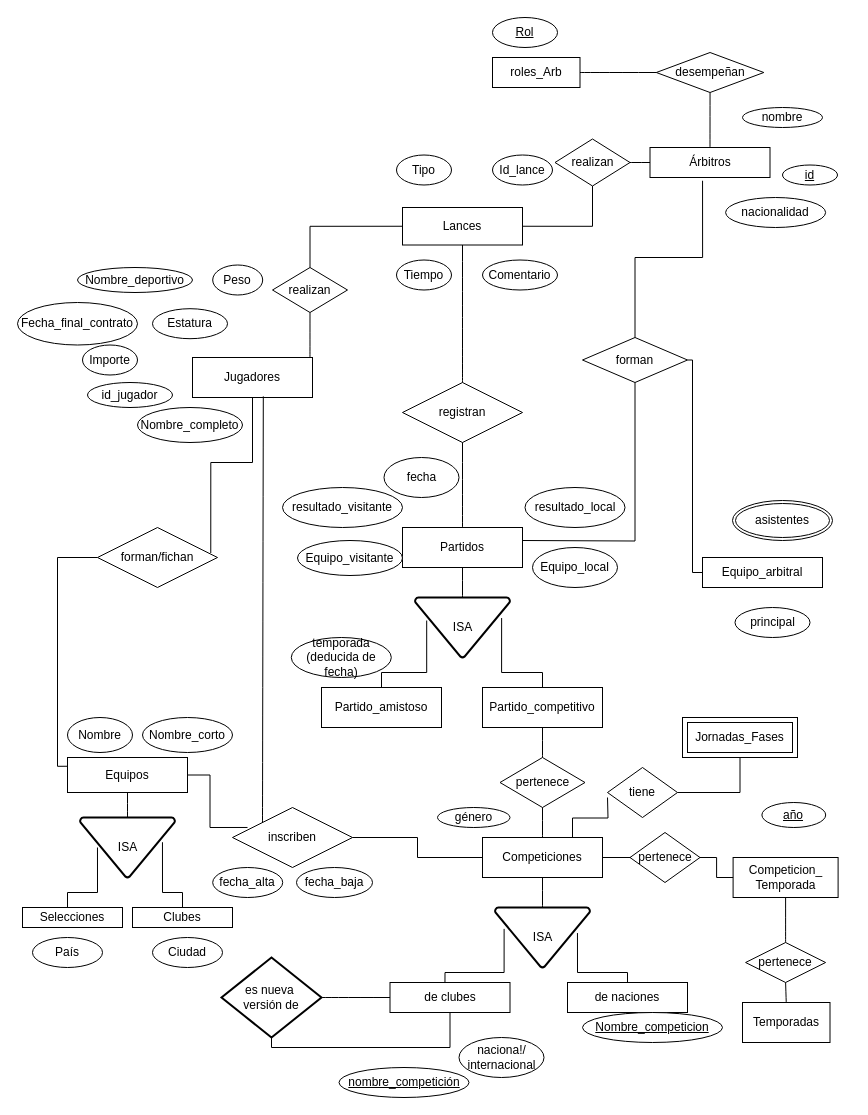
Above: page "Page-1" (1 of 2) of Diagrama sin título.drawio in aloantony/TrabajosEnGrupoGII-DalilaTony (draw.io), before the change. Source tidied: cells renumbered, new cells numbered last; positions are measured from the earlier drawing's top-left corner, leaving out a move shared by most shapes. Both pictures are drawn from the tidied source at 100%, with x=0, y=0 at pixel (17, 17).
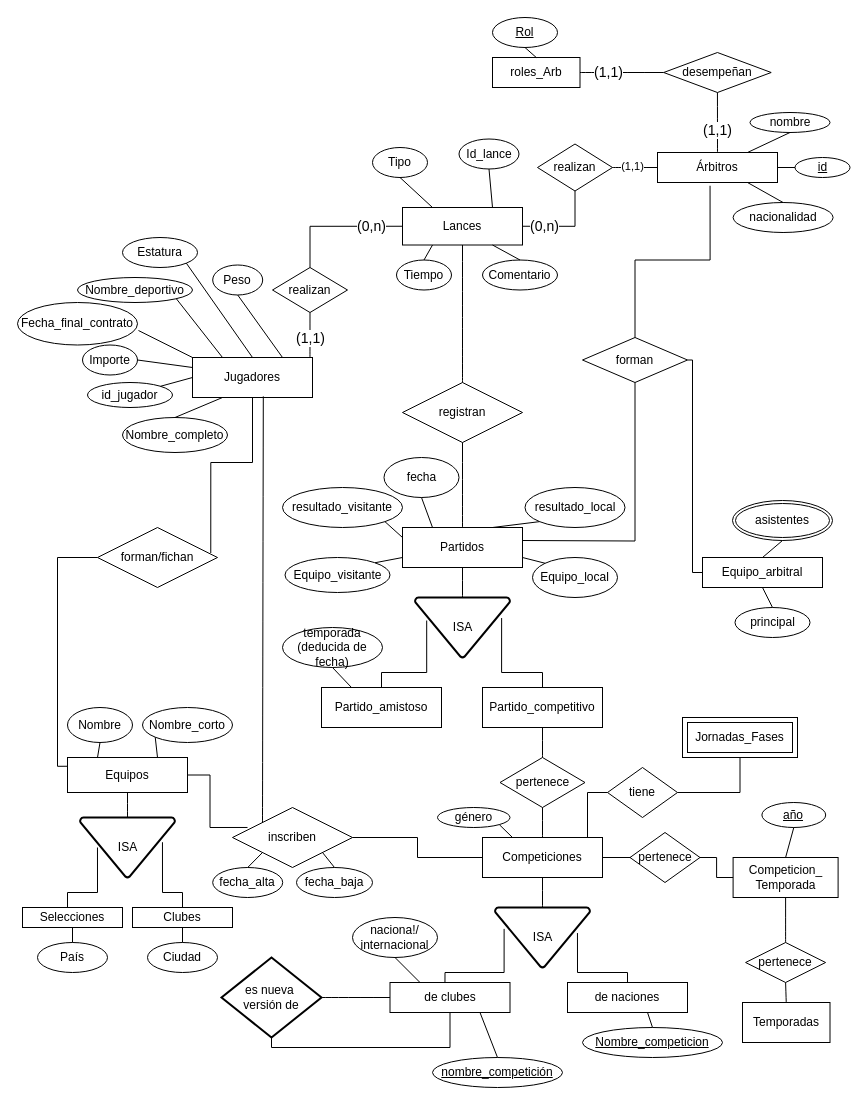
After the change.

Unchanged cells that the change refers to:
```xml
<mxCell id="2" value="Partidos" style="rounded=0;whiteSpace=wrap;html=1;" parent="1" vertex="1">
<mxCell id="3" value="Equipos" style="rounded=0;whiteSpace=wrap;html=1;" parent="1" vertex="1">
<mxCell id="9" value="Competiciones" style="rounded=0;whiteSpace=wrap;html=1;" parent="1" vertex="1">
<mxCell id="12" value="Equipo_arbitral" style="rounded=0;whiteSpace=wrap;html=1;" parent="1" vertex="1">
<mxCell id="13" value="Jugadores" style="rounded=0;whiteSpace=wrap;html=1;" parent="1" vertex="1">
<mxCell id="16" value="id_jugador" style="ellipse;whiteSpace=wrap;html=1;" parent="1" vertex="1">
<mxCell id="17" value="Peso" style="ellipse;whiteSpace=wrap;html=1;" parent="1" vertex="1">
<mxCell id="19" value="Fecha_final_contrato" style="ellipse;whiteSpace=wrap;html=1;" parent="1" vertex="1">
<mxCell id="20" value="Importe" style="ellipse;whiteSpace=wrap;html=1;" parent="1" vertex="1">
<mxCell id="21" value="Lances" style="rounded=0;whiteSpace=wrap;html=1;" parent="1" vertex="1">
<mxCell id="23" value="Tiempo" style="ellipse;whiteSpace=wrap;html=1;" parent="1" vertex="1">
<mxCell id="25" value="Comentario" style="ellipse;whiteSpace=wrap;html=1;" parent="1" vertex="1">
<mxCell id="26" value="fecha" style="ellipse;whiteSpace=wrap;html=1;" parent="1" vertex="1">
<mxCell id="27" value="resultado_local" style="ellipse;whiteSpace=wrap;html=1;" parent="1" vertex="1">
<mxCell id="28" value="resultado_visitante" style="ellipse;whiteSpace=wrap;html=1;" parent="1" vertex="1">
<mxCell id="30" value="Partido_amistoso" style="rounded=0;whiteSpace=wrap;html=1;" parent="1" vertex="1">
<mxCell id="32" value="género" style="ellipse;whiteSpace=wrap;html=1;" parent="1" vertex="1">
<mxCell id="33" value="de naciones" style="rounded=0;whiteSpace=wrap;html=1;" parent="1" vertex="1">
<mxCell id="34" value="de clubes" style="rounded=0;whiteSpace=wrap;html=1;" parent="1" vertex="1">
<mxCell id="41" value="principal" style="ellipse;whiteSpace=wrap;html=1;" parent="1" vertex="1">
<mxCell id="42" value="asistentes" style="ellipse;shape=doubleEllipse;margin=3;whiteSpace=wrap;html=1;align=center;" parent="1" vertex="1">
<mxCell id="43" value="roles_Arb" style="whiteSpace=wrap;html=1;align=center;" parent="1" vertex="1">
<mxCell id="44" value="Rol" style="ellipse;whiteSpace=wrap;html=1;align=center;fontStyle=4;" parent="1" vertex="1">
<mxCell id="45" value="inscriben" style="shape=rhombus;perimeter=rhombusPerimeter;whiteSpace=wrap;html=1;align=center;" parent="1" vertex="1">
<mxCell id="48" value="año" style="ellipse;whiteSpace=wrap;html=1;align=center;fontStyle=4;" parent="1" vertex="1">
<mxCell id="55" value="fecha_alta" style="ellipse;whiteSpace=wrap;html=1;align=center;" parent="1" vertex="1">
<mxCell id="56" value="fecha_baja" style="ellipse;whiteSpace=wrap;html=1;align=center;" parent="1" vertex="1">
<mxCell id="61" value="Selecciones" style="rounded=0;whiteSpace=wrap;html=1;" parent="1" vertex="1">
<mxCell id="62" value="Clubes" style="rounded=0;whiteSpace=wrap;html=1;" parent="1" vertex="1">
<mxCell id="66" value="tiene" style="shape=rhombus;perimeter=rhombusPerimeter;whiteSpace=wrap;html=1;align=center;" parent="1" vertex="1">
<mxCell id="67" value="&lt;div&gt;Competicion_&lt;/div&gt;&lt;div&gt;Temporada&lt;/div&gt;" style="rounded=0;whiteSpace=wrap;html=1;" parent="1" vertex="1">
<mxCell id="69" style="endArrow=none;html=1;rounded=0;fontSize=12;startSize=8;endSize=8;curved=1;entryX=0;entryY=0.5;entryDx=0;entryDy=0;exitX=1;exitY=0.5;exitDx=0;exitDy=0;" parent="1" edge="1" source="43" target="46">
<mxCell id="70" style="endArrow=none;html=1;rounded=0;fontSize=12;startSize=8;endSize=8;curved=1;entryX=0.5;entryY=1;entryDx=0;entryDy=0;exitX=0.5;exitY=0;exitDx=0;exitDy=0;" parent="1" edge="1" source="11" target="46">
<mxCell id="73" style="endArrow=none;html=1;rounded=0;fontSize=12;startSize=8;endSize=8;entryX=0.5;entryY=1;entryDx=0;entryDy=0;exitX=1;exitY=0.5;exitDx=0;exitDy=0;edgeStyle=orthogonalEdgeStyle;" parent="1" edge="1" source="21" target="58">
<mxCell id="74" style="endArrow=none;html=1;rounded=0;fontSize=12;startSize=8;endSize=8;curved=1;exitX=1;exitY=0.5;exitDx=0;exitDy=0;entryX=0;entryY=0.5;entryDx=0;entryDy=0;" parent="1" edge="1" source="58" target="11">
<mxCell id="75" style="endArrow=none;html=1;rounded=0;fontSize=12;startSize=8;endSize=8;entryX=0;entryY=0.5;entryDx=0;entryDy=0;exitX=0.5;exitY=0;exitDx=0;exitDy=0;edgeStyle=orthogonalEdgeStyle;" parent="1" edge="1" source="40" target="21">
<mxCell id="77" style="endArrow=none;html=1;rounded=0;fontSize=12;startSize=8;endSize=8;curved=1;entryX=0.5;entryY=1;entryDx=0;entryDy=0;exitX=0.979;exitY=0;exitDx=0;exitDy=0;exitPerimeter=0;" parent="1" edge="1" source="13" target="40">
```

Change to the diagram source:
```diff
@@
     <mxCell id="4" value="Equipo_local" style="ellipse;whiteSpace=wrap;html=1;" parent="1" vertex="1">
-      <mxGeometry x="515" y="530" width="85" height="40" as="geometry" />
+      <mxGeometry x="515" y="540" width="85" height="40" as="geometry" />
     </mxCell>
     <mxCell id="5" value="Equipo_visitante" style="ellipse;whiteSpace=wrap;html=1;" parent="1" vertex="1">
-      <mxGeometry x="280" y="523" width="105" height="35" as="geometry" />
+      <mxGeometry x="267.5" y="540" width="105" height="35" as="geometry" />
     </mxCell>
     <mxCell id="6" value="Nombre" style="ellipse;whiteSpace=wrap;html=1;" parent="1" vertex="1">
-      <mxGeometry x="50" y="700" width="65" height="35" as="geometry" />
+      <mxGeometry x="50" y="690" width="65" height="35" as="geometry" />
     </mxCell>
     <mxCell id="7" value="Nombre_corto" style="ellipse;whiteSpace=wrap;html=1;" parent="1" vertex="1">
-      <mxGeometry x="125" y="700" width="90" height="35" as="geometry" />
+      <mxGeometry x="125" y="690" width="90" height="35" as="geometry" />
     </mxCell>
@@
     <mxCell id="11" value="Árbitros" style="rounded=0;whiteSpace=wrap;html=1;" parent="1" vertex="1">
-      <mxGeometry x="632.5" y="130" width="120" height="30" as="geometry" />
+      <mxGeometry x="640" y="135" width="120" height="30" as="geometry" />
     </mxCell>
@@
     <mxCell id="14" value="Nombre_completo" style="ellipse;whiteSpace=wrap;html=1;" parent="1" vertex="1">
-      <mxGeometry x="120" y="390" width="105" height="35" as="geometry" />
+      <mxGeometry x="105" y="400" width="105" height="35" as="geometry" />
     </mxCell>
     <mxCell id="15" value="Nombre_deportivo" style="ellipse;whiteSpace=wrap;html=1;" parent="1" vertex="1">
-      <mxGeometry x="60" y="250" width="115" height="25" as="geometry" />
+      <mxGeometry x="60" y="260" width="115" height="25" as="geometry" />
     </mxCell>
@@
     <mxCell id="18" value="Estatura" style="ellipse;whiteSpace=wrap;html=1;" parent="1" vertex="1">
-      <mxGeometry x="135" y="291.2" width="75" height="30" as="geometry" />
+      <mxGeometry x="105" y="220" width="75" height="30" as="geometry" />
     </mxCell>
@@
     <mxCell id="22" value="Tipo" style="ellipse;whiteSpace=wrap;html=1;" parent="1" vertex="1">
-      <mxGeometry x="379" y="137.5" width="55" height="30" as="geometry" />
+      <mxGeometry x="355" y="130" width="55" height="30" as="geometry" />
     </mxCell>
@@
     <mxCell id="24" value="Id_lance" style="ellipse;whiteSpace=wrap;html=1;" parent="1" vertex="1">
-      <mxGeometry x="475" y="137.5" width="60" height="30" as="geometry" />
+      <mxGeometry x="441.5" y="121.5" width="60" height="30" as="geometry" />
     </mxCell>
@@
     <mxCell id="35" value="naciona!/&lt;div&gt;internacional&lt;/div&gt;" style="ellipse;whiteSpace=wrap;html=1;" parent="1" vertex="1">
-      <mxGeometry x="441.5" y="1020" width="85" height="40" as="geometry" />
+      <mxGeometry x="335" y="900" width="85" height="40" as="geometry" />
     </mxCell>
@@
     <mxCell id="37" value="temporada&lt;div&gt;(deducida de fecha)&lt;/div&gt;" style="ellipse;whiteSpace=wrap;html=1;" parent="1" vertex="1">
-      <mxGeometry x="273.8" y="620" width="100" height="40" as="geometry" />
+      <mxGeometry x="265" y="610" width="100" height="40" as="geometry" />
     </mxCell>
@@
     <mxCell id="46" value="desempeñan" style="shape=rhombus;perimeter=rhombusPerimeter;whiteSpace=wrap;html=1;align=center;" parent="1" vertex="1">
-      <mxGeometry x="638.8" y="35" width="107.5" height="40" as="geometry" />
+      <mxGeometry x="646.2" y="35" width="107.5" height="40" as="geometry" />
     </mxCell>
@@
     <mxCell id="50" value="nombre_competición" style="ellipse;whiteSpace=wrap;html=1;align=center;fontStyle=4;" parent="1" vertex="1">
-      <mxGeometry x="321.5" y="1050" width="130" height="30" as="geometry" />
+      <mxGeometry x="415" y="1040" width="130" height="30" as="geometry" />
     </mxCell>
     <mxCell id="51" value="Nombre_competicion" style="ellipse;whiteSpace=wrap;html=1;align=center;fontStyle=4;" parent="1" vertex="1">
-      <mxGeometry x="565" y="995" width="140" height="30" as="geometry" />
+      <mxGeometry x="565" y="1010" width="140" height="30" as="geometry" />
     </mxCell>
     <mxCell id="52" value="nacionalidad" style="ellipse;whiteSpace=wrap;html=1;align=center;" parent="1" vertex="1">
-      <mxGeometry x="708.1" y="180" width="100" height="30" as="geometry" />
+      <mxGeometry x="715.6" y="185" width="100" height="30" as="geometry" />
     </mxCell>
     <mxCell id="53" value="id" style="ellipse;whiteSpace=wrap;html=1;align=center;fontStyle=4;" parent="1" vertex="1">
-      <mxGeometry x="765" y="147.5" width="55" height="20" as="geometry" />
+      <mxGeometry x="777.5" y="140" width="55" height="20" as="geometry" />
     </mxCell>
     <mxCell id="54" value="nombre" style="ellipse;whiteSpace=wrap;html=1;align=center;" parent="1" vertex="1">
-      <mxGeometry x="725" y="90" width="80" height="20" as="geometry" />
+      <mxGeometry x="732.5" y="95" width="80" height="20" as="geometry" />
     </mxCell>
@@
     <mxCell id="58" value="realizan" style="shape=rhombus;perimeter=rhombusPerimeter;whiteSpace=wrap;html=1;align=center;" parent="1" vertex="1">
-      <mxGeometry x="537.5" y="121.5" width="75" height="47" as="geometry" />
+      <mxGeometry x="520" y="126.5" width="75" height="47" as="geometry" />
     </mxCell>
@@
     <mxCell id="63" value="País" style="ellipse;whiteSpace=wrap;html=1;align=center;" parent="1" vertex="1">
-      <mxGeometry x="15" y="920" width="70" height="30" as="geometry" />
+      <mxGeometry x="20" y="925" width="70" height="30" as="geometry" />
     </mxCell>
     <mxCell id="64" value="Ciudad" style="ellipse;whiteSpace=wrap;html=1;align=center;" parent="1" vertex="1">
-      <mxGeometry x="135" y="920" width="70" height="30" as="geometry" />
+      <mxGeometry x="130" y="925" width="70" height="30" as="geometry" />
     </mxCell>
@@
+    <mxCell id="103" value="&lt;font style=&quot;font-size: 14px;&quot;&gt;(1,1)&lt;/font&gt;" style="edgeLabel;html=1;align=center;verticalAlign=middle;" parent="69" vertex="1">
+      <mxGeometry x="-0.32" y="1" relative="1" as="geometry" />
+    </mxCell>
@@
+    <mxCell id="104" value="&lt;font style=&quot;font-size: 14px;&quot;&gt;(1,1)&lt;/font&gt;" style="edgeLabel;html=1;align=center;verticalAlign=middle;" parent="70" vertex="1">
+      <mxGeometry x="-0.23" relative="1" as="geometry" />
+    </mxCell>
@@
+    <mxCell id="105" value="&lt;font style=&quot;font-size: 14px;&quot;&gt;(0,n)&lt;/font&gt;" style="edgeLabel;html=1;align=center;verticalAlign=middle;" parent="73" vertex="1">
+      <mxGeometry x="-0.5" relative="1" as="geometry" />
+    </mxCell>
@@
+    <mxCell id="106" value="(1,1)" style="edgeLabel;html=1;align=center;verticalAlign=middle;" parent="74" vertex="1">
+      <mxGeometry x="-0.15" y="2" relative="1" as="geometry" />
+    </mxCell>
@@
+    <mxCell id="107" value="&lt;font style=&quot;font-size: 14px;&quot;&gt;(0,n)&lt;/font&gt;" style="edgeLabel;html=1;align=center;verticalAlign=middle;" parent="75" vertex="1">
+      <mxGeometry x="0.52" relative="1" as="geometry" />
+    </mxCell>
@@
+    <mxCell id="108" value="&lt;font style=&quot;font-size: 14px;&quot;&gt;(1,1)&lt;/font&gt;" style="edgeLabel;html=1;align=center;verticalAlign=middle;" parent="77" vertex="1">
+      <mxGeometry x="-0.29" y="-1" relative="1" as="geometry">
+        <mxPoint x="-1" y="-4" as="offset" />
+      </mxGeometry>
+    </mxCell>
@@
-    <mxCell id="94" style="endArrow=none;html=1;rounded=0;fontSize=12;startSize=8;endSize=8;exitX=0.75;exitY=0;exitDx=0;exitDy=0;edgeStyle=orthogonalEdgeStyle;" parent="1" edge="1" source="9">
+    <mxCell id="94" style="endArrow=none;html=1;rounded=0;fontSize=12;startSize=8;endSize=8;exitX=0.75;exitY=0;exitDx=0;exitDy=0;edgeStyle=orthogonalEdgeStyle;entryX=0;entryY=0.5;entryDx=0;entryDy=0;" parent="1" edge="1" source="9" target="66">
       <mxGeometry relative="1" as="geometry">
-        <mxPoint x="590" y="780" as="targetPoint" />
+        <Array as="points">
+          <mxPoint x="570" y="820" />
+          <mxPoint x="570" y="775" />
+        </Array>
       </mxGeometry>
     </mxCell>
@@
+    <mxCell id="109" style="endArrow=none;html=1;rounded=0;entryX=0.5;entryY=1;entryDx=0;entryDy=0;exitX=0.5;exitY=0;exitDx=0;exitDy=0;" parent="1" edge="1" source="43" target="44">
+      <mxGeometry relative="1" as="geometry" />
+    </mxCell>
+    <mxCell id="110" style="endArrow=none;html=1;rounded=0;entryX=0.5;entryY=1;entryDx=0;entryDy=0;exitX=0.75;exitY=0;exitDx=0;exitDy=0;" parent="1" edge="1" source="11" target="54">
+      <mxGeometry relative="1" as="geometry" />
+    </mxCell>
+    <mxCell id="111" style="endArrow=none;html=1;rounded=0;entryX=0.75;entryY=1;entryDx=0;entryDy=0;exitX=0.5;exitY=0;exitDx=0;exitDy=0;" parent="1" edge="1" source="52" target="11">
+      <mxGeometry relative="1" as="geometry" />
+    </mxCell>
+    <mxCell id="112" style="endArrow=none;html=1;rounded=0;entryX=0;entryY=0.5;entryDx=0;entryDy=0;exitX=1;exitY=0.5;exitDx=0;exitDy=0;" parent="1" edge="1" source="11" target="53">
+      <mxGeometry relative="1" as="geometry" />
+    </mxCell>
+    <mxCell id="113" style="endArrow=none;html=1;rounded=0;entryX=0.5;entryY=1;entryDx=0;entryDy=0;exitX=0.75;exitY=0;exitDx=0;exitDy=0;" parent="1" edge="1" source="21" target="24">
+      <mxGeometry relative="1" as="geometry" />
+    </mxCell>
+    <mxCell id="114" style="endArrow=none;html=1;rounded=0;entryX=0.5;entryY=1;entryDx=0;entryDy=0;exitX=0.25;exitY=0;exitDx=0;exitDy=0;" parent="1" edge="1" source="21" target="22">
+      <mxGeometry relative="1" as="geometry" />
+    </mxCell>
+    <mxCell id="115" style="endArrow=none;html=1;rounded=0;entryX=0.25;entryY=1;entryDx=0;entryDy=0;exitX=0.5;exitY=0;exitDx=0;exitDy=0;" parent="1" edge="1" source="23" target="21">
+      <mxGeometry relative="1" as="geometry" />
+    </mxCell>
+    <mxCell id="116" style="endArrow=none;html=1;rounded=0;entryX=0.75;entryY=1;entryDx=0;entryDy=0;exitX=0.5;exitY=0;exitDx=0;exitDy=0;" parent="1" edge="1" source="25" target="21">
+      <mxGeometry relative="1" as="geometry" />
+    </mxCell>
+    <mxCell id="117" style="endArrow=none;html=1;rounded=0;entryX=0.5;entryY=1;entryDx=0;entryDy=0;exitX=0.5;exitY=0;exitDx=0;exitDy=0;" parent="1" edge="1" source="12" target="42">
+      <mxGeometry relative="1" as="geometry" />
+    </mxCell>
+    <mxCell id="118" style="endArrow=none;html=1;rounded=0;entryX=0.5;entryY=1;entryDx=0;entryDy=0;exitX=0.5;exitY=0;exitDx=0;exitDy=0;" parent="1" edge="1" source="41" target="12">
+      <mxGeometry relative="1" as="geometry" />
+    </mxCell>
+    <mxCell id="119" style="endArrow=none;html=1;rounded=0;entryX=0;entryY=1;entryDx=0;entryDy=0;exitX=0.75;exitY=0;exitDx=0;exitDy=0;" parent="1" edge="1" source="2" target="27">
+      <mxGeometry relative="1" as="geometry" />
+    </mxCell>
+    <mxCell id="120" style="endArrow=none;html=1;rounded=0;entryX=0.25;entryY=0;entryDx=0;entryDy=0;exitX=0.5;exitY=1;exitDx=0;exitDy=0;" parent="1" edge="1" source="26" target="2">
+      <mxGeometry relative="1" as="geometry" />
+    </mxCell>
+    <mxCell id="121" style="endArrow=none;html=1;rounded=0;entryX=1;entryY=1;entryDx=0;entryDy=0;exitX=0;exitY=0.25;exitDx=0;exitDy=0;" parent="1" edge="1" source="2" target="28">
+      <mxGeometry relative="1" as="geometry" />
+    </mxCell>
+    <mxCell id="122" style="endArrow=none;html=1;rounded=0;entryX=0;entryY=0.75;entryDx=0;entryDy=0;exitX=1;exitY=0;exitDx=0;exitDy=0;" parent="1" edge="1" source="5" target="2">
+      <mxGeometry relative="1" as="geometry" />
+    </mxCell>
+    <mxCell id="123" style="endArrow=none;html=1;rounded=0;entryX=1;entryY=0.75;entryDx=0;entryDy=0;exitX=0;exitY=0;exitDx=0;exitDy=0;" parent="1" edge="1" source="4" target="2">
+      <mxGeometry relative="1" as="geometry" />
+    </mxCell>
+    <mxCell id="124" style="endArrow=none;html=1;rounded=0;entryX=0.5;entryY=1;entryDx=0;entryDy=0;exitX=0.25;exitY=0;exitDx=0;exitDy=0;" parent="1" edge="1" source="30" target="37">
+      <mxGeometry relative="1" as="geometry" />
+    </mxCell>
+    <mxCell id="125" style="endArrow=none;html=1;rounded=0;entryX=0.5;entryY=1;entryDx=0;entryDy=0;exitX=0.75;exitY=0;exitDx=0;exitDy=0;" parent="1" edge="1" source="13" target="17">
+      <mxGeometry relative="1" as="geometry" />
+    </mxCell>
+    <mxCell id="126" style="endArrow=none;html=1;rounded=0;entryX=1;entryY=1;entryDx=0;entryDy=0;exitX=0.5;exitY=0;exitDx=0;exitDy=0;" parent="1" edge="1" source="13" target="18">
+      <mxGeometry relative="1" as="geometry" />
+    </mxCell>
+    <mxCell id="127" style="endArrow=none;html=1;rounded=0;entryX=1;entryY=1;entryDx=0;entryDy=0;exitX=0.25;exitY=0;exitDx=0;exitDy=0;" parent="1" edge="1" source="13" target="15">
+      <mxGeometry relative="1" as="geometry" />
+    </mxCell>
+    <mxCell id="128" style="endArrow=none;html=1;rounded=0;entryX=1.008;entryY=0.659;entryDx=0;entryDy=0;entryPerimeter=0;exitX=0;exitY=0;exitDx=0;exitDy=0;" parent="1" edge="1" source="13" target="19">
+      <mxGeometry relative="1" as="geometry" />
+    </mxCell>
+    <mxCell id="129" style="endArrow=none;html=1;rounded=0;entryX=1;entryY=0.5;entryDx=0;entryDy=0;exitX=0;exitY=0.25;exitDx=0;exitDy=0;" parent="1" edge="1" source="13" target="20">
+      <mxGeometry relative="1" as="geometry" />
+    </mxCell>
+    <mxCell id="130" style="endArrow=none;html=1;rounded=0;exitX=1;exitY=0;exitDx=0;exitDy=0;entryX=0;entryY=0.5;entryDx=0;entryDy=0;" parent="1" edge="1" source="16" target="13">
+      <mxGeometry relative="1" as="geometry" />
+    </mxCell>
+    <mxCell id="131" style="endArrow=none;html=1;rounded=0;entryX=0.25;entryY=1;entryDx=0;entryDy=0;exitX=0.5;exitY=0;exitDx=0;exitDy=0;" parent="1" edge="1" source="14" target="13">
+      <mxGeometry relative="1" as="geometry" />
+    </mxCell>
+    <mxCell id="132" style="endArrow=none;html=1;rounded=0;entryX=0.5;entryY=1;entryDx=0;entryDy=0;exitX=0.25;exitY=0;exitDx=0;exitDy=0;" parent="1" edge="1" source="3" target="6">
+      <mxGeometry relative="1" as="geometry" />
+    </mxCell>
+    <mxCell id="133" style="endArrow=none;html=1;rounded=0;entryX=0;entryY=1;entryDx=0;entryDy=0;exitX=0.75;exitY=0;exitDx=0;exitDy=0;" parent="1" edge="1" source="3" target="7">
+      <mxGeometry relative="1" as="geometry" />
+    </mxCell>
+    <mxCell id="134" style="endArrow=none;html=1;rounded=0;entryX=0.5;entryY=1;entryDx=0;entryDy=0;exitX=0.5;exitY=0;exitDx=0;exitDy=0;" parent="1" edge="1" source="63" target="61">
+      <mxGeometry relative="1" as="geometry" />
+    </mxCell>
+    <mxCell id="135" style="endArrow=none;html=1;rounded=0;entryX=0.5;entryY=1;entryDx=0;entryDy=0;exitX=0.5;exitY=0;exitDx=0;exitDy=0;" parent="1" edge="1" source="64" target="62">
+      <mxGeometry relative="1" as="geometry" />
+    </mxCell>
+    <mxCell id="136" style="endArrow=none;html=1;rounded=0;entryX=0;entryY=1;entryDx=0;entryDy=0;exitX=0.5;exitY=0;exitDx=0;exitDy=0;" parent="1" edge="1" source="55" target="45">
+      <mxGeometry relative="1" as="geometry" />
+    </mxCell>
+    <mxCell id="137" style="endArrow=none;html=1;rounded=0;entryX=1;entryY=1;entryDx=0;entryDy=0;exitX=0.5;exitY=0;exitDx=0;exitDy=0;" parent="1" edge="1" source="56" target="45">
+      <mxGeometry relative="1" as="geometry" />
+    </mxCell>
+    <mxCell id="138" style="endArrow=none;html=1;rounded=0;entryX=1;entryY=1;entryDx=0;entryDy=0;exitX=0.25;exitY=0;exitDx=0;exitDy=0;" parent="1" edge="1" source="9" target="32">
+      <mxGeometry relative="1" as="geometry" />
+    </mxCell>
+    <mxCell id="139" style="endArrow=none;html=1;rounded=0;entryX=0.5;entryY=1;entryDx=0;entryDy=0;exitX=0.25;exitY=0;exitDx=0;exitDy=0;" parent="1" edge="1" source="34" target="35">
+      <mxGeometry relative="1" as="geometry" />
+    </mxCell>
+    <mxCell id="140" style="endArrow=none;html=1;rounded=0;entryX=0.75;entryY=1;entryDx=0;entryDy=0;exitX=0.5;exitY=0;exitDx=0;exitDy=0;" parent="1" edge="1" source="50" target="34">
+      <mxGeometry relative="1" as="geometry" />
+    </mxCell>
+    <mxCell id="141" style="endArrow=none;html=1;rounded=0;entryX=0.667;entryY=1;entryDx=0;entryDy=0;entryPerimeter=0;exitX=0.5;exitY=0;exitDx=0;exitDy=0;" parent="1" edge="1" source="51" target="33">
+      <mxGeometry relative="1" as="geometry" />
+    </mxCell>
+    <mxCell id="142" style="endArrow=none;html=1;rounded=0;entryX=0.5;entryY=1;entryDx=0;entryDy=0;exitX=0.5;exitY=0;exitDx=0;exitDy=0;" parent="1" edge="1" source="67" target="48">
+      <mxGeometry relative="1" as="geometry" />
+    </mxCell>
```
